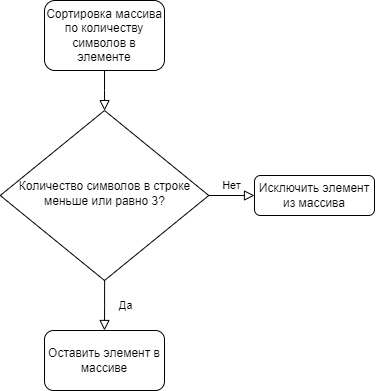
Before: Блок схема.png, a diagram exported from draw.io (magnetic2288/r2). Source tidied: cells renumbered, new cells last; positions are measured from the earlier drawing's top-left corner, leaving out a move shared by most shapes.
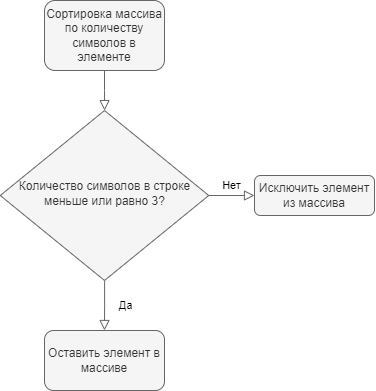
The same diagram one commit later.

Commit message:
Изменение в блок схеме

Diff of the diagram source:
```diff
@@ -2,30 +2,30 @@
   <root>
     <mxCell id="0" />
     <mxCell id="1" parent="0" />
-    <mxCell id="2" style="rounded=0;html=1;jettySize=auto;fontSize=11;endArrow=block;endFill=0;endSize=8;strokeWidth=1;shadow=0;labelBackgroundColor=none;edgeStyle=orthogonalEdgeStyle;fillColor=none;" parent="1" edge="1" source="3" target="7">
+    <mxCell id="2" style="rounded=0;html=1;jettySize=auto;fontSize=11;endArrow=block;endFill=0;endSize=8;strokeWidth=1;shadow=0;labelBackgroundColor=none;edgeStyle=orthogonalEdgeStyle;fillColor=#f5f5f5;strokeColor=#666666;" parent="1" edge="1" source="3" target="7">
       <mxGeometry relative="1" as="geometry" />
     </mxCell>
-    <mxCell id="3" value="Сортировка массива по количеству символов в элементе" style="rounded=1;whiteSpace=wrap;html=1;fontSize=12;glass=0;strokeWidth=1;shadow=0;fillColor=none;" parent="1" vertex="1">
+    <mxCell id="3" value="Сортировка массива по количеству символов в элементе" style="rounded=1;whiteSpace=wrap;html=1;fontSize=12;glass=0;strokeWidth=1;shadow=0;fillColor=#f5f5f5;fontColor=#333333;strokeColor=#666666;" parent="1" vertex="1">
       <mxGeometry x="44" width="120" height="70" as="geometry" />
     </mxCell>
-    <mxCell id="4" value="Да" style="rounded=0;html=1;jettySize=auto;fontSize=11;endArrow=block;endFill=0;endSize=8;strokeWidth=1;shadow=0;labelBackgroundColor=none;edgeStyle=orthogonalEdgeStyle;fillColor=none;" parent="1" edge="1" source="7">
+    <mxCell id="4" value="Да" style="rounded=0;html=1;jettySize=auto;fontSize=11;endArrow=block;endFill=0;endSize=8;strokeWidth=1;shadow=0;labelBackgroundColor=none;edgeStyle=orthogonalEdgeStyle;fillColor=#f5f5f5;strokeColor=#666666;" parent="1" edge="1" source="7">
       <mxGeometry y="20" relative="1" as="geometry">
         <mxPoint x="104" y="330" as="targetPoint" />
       </mxGeometry>
     </mxCell>
-    <mxCell id="5" value="Нет" style="edgeStyle=orthogonalEdgeStyle;rounded=0;html=1;jettySize=auto;fontSize=11;endArrow=block;endFill=0;endSize=8;strokeWidth=1;shadow=0;labelBackgroundColor=none;fillColor=none;" parent="1" edge="1" source="7" target="8">
+    <mxCell id="5" value="Нет" style="edgeStyle=orthogonalEdgeStyle;rounded=0;html=1;jettySize=auto;fontSize=11;endArrow=block;endFill=0;endSize=8;strokeWidth=1;shadow=0;labelBackgroundColor=none;fillColor=#f5f5f5;strokeColor=#666666;" parent="1" edge="1" source="7" target="8">
       <mxGeometry y="10" relative="1" as="geometry" />
     </mxCell>
-    <mxCell id="6" style="edgeStyle=orthogonalEdgeStyle;rounded=0;orthogonalLoop=1;jettySize=auto;html=1;exitX=1;exitY=1;exitDx=0;exitDy=0;entryX=1;entryY=1;entryDx=0;entryDy=0;fillColor=none;" parent="1" edge="1" source="7" target="7">
+    <mxCell id="6" style="edgeStyle=orthogonalEdgeStyle;rounded=0;orthogonalLoop=1;jettySize=auto;html=1;exitX=1;exitY=1;exitDx=0;exitDy=0;entryX=1;entryY=1;entryDx=0;entryDy=0;fillColor=#f5f5f5;strokeColor=#666666;" parent="1" edge="1" source="7" target="7">
       <mxGeometry relative="1" as="geometry" />
     </mxCell>
-    <mxCell id="7" value="Количество символов в строке меньше или равно 3?" style="rhombus;whiteSpace=wrap;html=1;shadow=0;fontFamily=Helvetica;fontSize=12;align=center;strokeWidth=1;spacing=6;spacingTop=-4;fillColor=none;" parent="1" vertex="1">
+    <mxCell id="7" value="Количество символов в строке меньше или равно 3?" style="rhombus;whiteSpace=wrap;html=1;shadow=0;fontFamily=Helvetica;fontSize=12;align=center;strokeWidth=1;spacing=6;spacingTop=-4;fillColor=#f5f5f5;fontColor=#333333;strokeColor=#666666;" parent="1" vertex="1">
       <mxGeometry x="-0.2" y="110" width="208.5" height="170" as="geometry" />
     </mxCell>
-    <mxCell id="8" value="Исключить элемент из массива" style="rounded=1;whiteSpace=wrap;html=1;fontSize=12;glass=0;strokeWidth=1;shadow=0;fillColor=none;" parent="1" vertex="1">
+    <mxCell id="8" value="Исключить элемент из массива" style="rounded=1;whiteSpace=wrap;html=1;fontSize=12;glass=0;strokeWidth=1;shadow=0;fillColor=#f5f5f5;fontColor=#333333;strokeColor=#666666;" parent="1" vertex="1">
       <mxGeometry x="254" y="175" width="120" height="40" as="geometry" />
     </mxCell>
-    <mxCell id="9" value="Оставить элемент в массиве" style="rounded=1;whiteSpace=wrap;html=1;fillColor=none;" parent="1" vertex="1">
+    <mxCell id="9" value="Оставить элемент в массиве" style="rounded=1;whiteSpace=wrap;html=1;fillColor=#f5f5f5;fontColor=#333333;strokeColor=#666666;" parent="1" vertex="1">
       <mxGeometry x="44" y="330" width="120" height="60" as="geometry" />
     </mxCell>
   </root>
```
